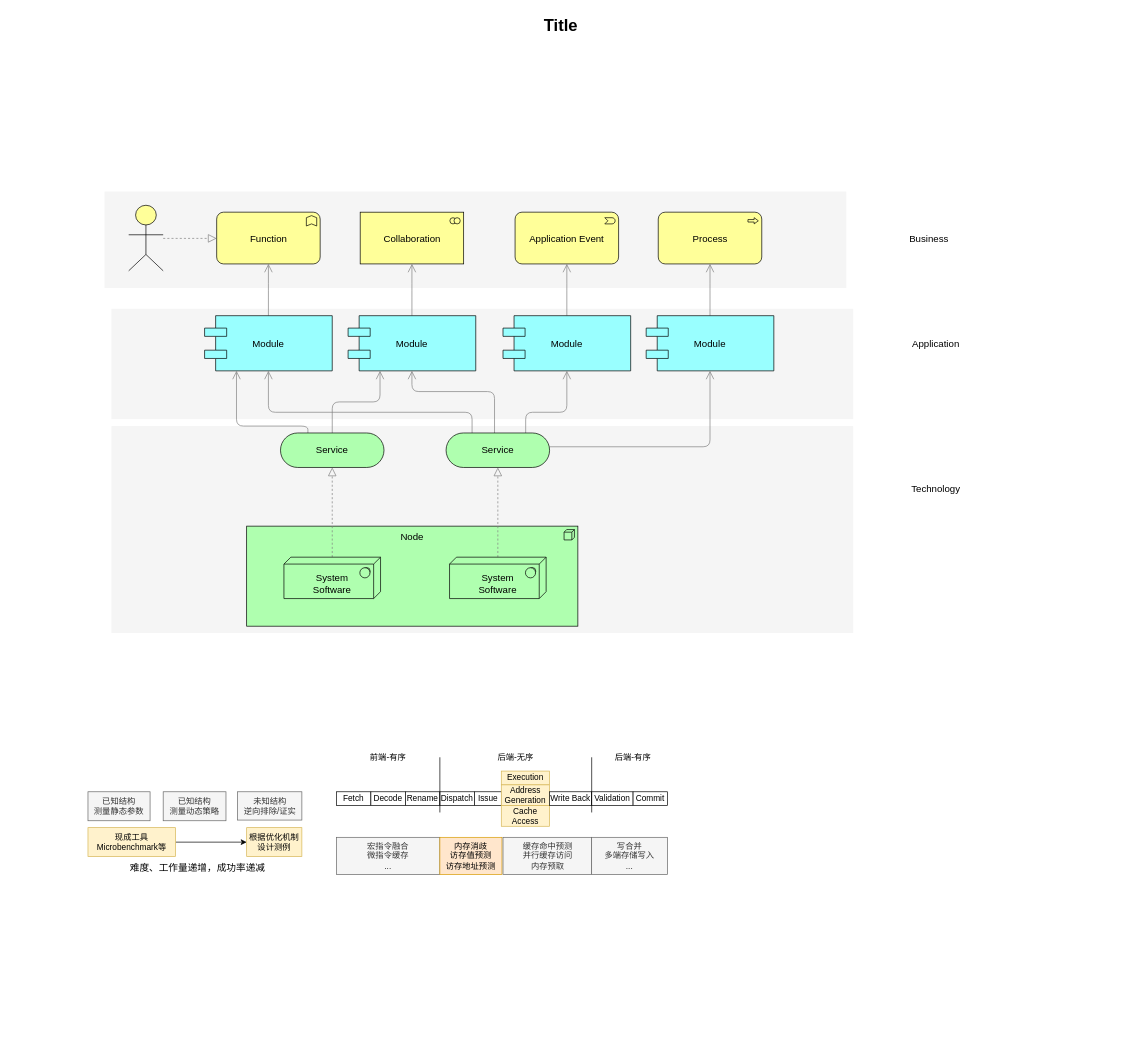
MatteoYang2002/drawio keeps this draw.io diagram as bsherfinal.drawio. Above is the earlier version. Source tidied: cells renumbered, new cells numbered last; positions are measured from the earlier drawing's top-left corner, leaving out a move shared by most shapes. Both pictures are drawn from the tidied source at 69%, with x=0, y=0 at pixel (12, 12).
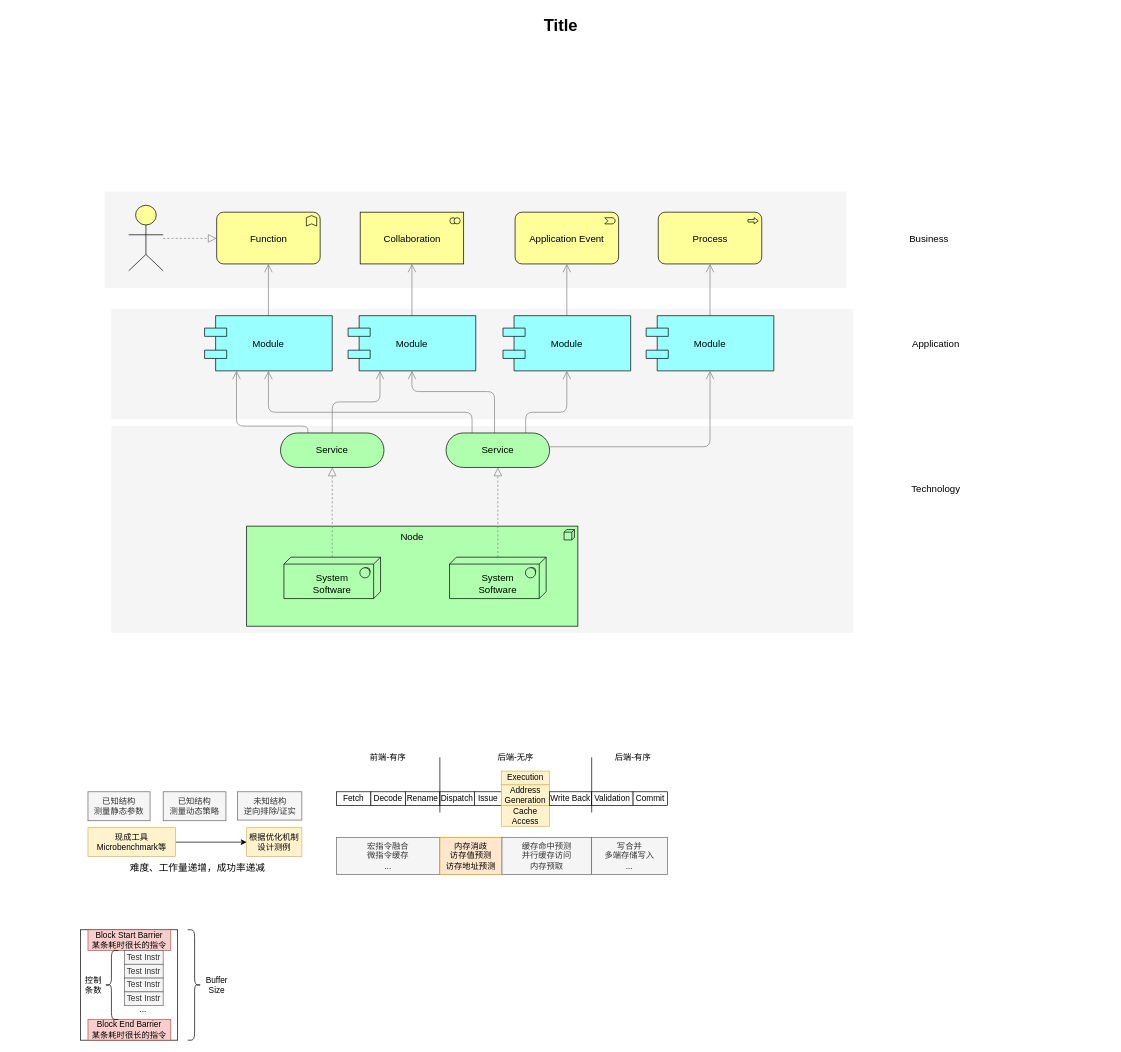
After the change.

Change to the diagram source:
```diff
@@
+    <mxCell id="63" style="rounded=0;whiteSpace=wrap;html=1;fillColor=none;" parent="1" vertex="1">
+      <mxGeometry x="99" y="1330" width="141" height="160" as="geometry" />
+    </mxCell>
@@
     <mxCell id="61" value="缓存命中预测&lt;div&gt;并行缓存访问&lt;/div&gt;&lt;div&gt;内存预取&lt;/div&gt;" style="rounded=0;whiteSpace=wrap;html=1;fillColor=#f5f5f5;fontColor=#333333;strokeColor=#666666;" parent="1" vertex="1">
-      <mxGeometry x="711.5" y="1196" width="128.5" height="54" as="geometry" />
+      <mxGeometry x="710" y="1196" width="130" height="54" as="geometry" />
     </mxCell>
@@
+    <mxCell id="64" value="&lt;div&gt;Block Start Barrier&lt;/div&gt;某条耗时很长的指令" style="rounded=0;whiteSpace=wrap;html=1;fillColor=#f8cecc;strokeColor=#b85450;" parent="1" vertex="1">
+      <mxGeometry x="110" y="1330" width="120" height="30" as="geometry" />
+    </mxCell>
+    <mxCell id="65" value="&lt;div&gt;Block End Barrier&lt;/div&gt;某条耗时很长的指令" style="rounded=0;whiteSpace=wrap;html=1;fillColor=#f8cecc;strokeColor=#b85450;" parent="1" vertex="1">
+      <mxGeometry x="110" y="1460" width="120" height="30" as="geometry" />
+    </mxCell>
+    <mxCell id="66" value="&lt;div&gt;Test Instr&lt;/div&gt;" style="rounded=0;whiteSpace=wrap;html=1;fillColor=#f5f5f5;strokeColor=#666666;fontColor=#333333;" parent="1" vertex="1">
+      <mxGeometry x="163" y="1360" width="56" height="20" as="geometry" />
+    </mxCell>
+    <mxCell id="67" value="&lt;div&gt;Test Instr&lt;/div&gt;" style="rounded=0;whiteSpace=wrap;html=1;fillColor=#f5f5f5;strokeColor=#666666;fontColor=#333333;" parent="1" vertex="1">
+      <mxGeometry x="163" y="1380" width="56" height="20" as="geometry" />
+    </mxCell>
+    <mxCell id="68" value="&lt;div&gt;Test Instr&lt;/div&gt;" style="rounded=0;whiteSpace=wrap;html=1;fillColor=#f5f5f5;strokeColor=#666666;fontColor=#333333;" parent="1" vertex="1">
+      <mxGeometry x="163" y="1400" width="56" height="20" as="geometry" />
+    </mxCell>
+    <mxCell id="69" value="&lt;div&gt;Test Instr&lt;/div&gt;" style="rounded=0;whiteSpace=wrap;html=1;fillColor=#f5f5f5;strokeColor=#666666;fontColor=#333333;" parent="1" vertex="1">
+      <mxGeometry x="163" y="1420" width="56" height="20" as="geometry" />
+    </mxCell>
+    <mxCell id="70" value="..." style="text;html=1;align=center;verticalAlign=middle;whiteSpace=wrap;rounded=0;" parent="1" vertex="1">
+      <mxGeometry x="165" y="1440" width="50" height="10" as="geometry" />
+    </mxCell>
+    <mxCell id="71" value="Buffer Size" style="text;html=1;align=center;verticalAlign=middle;whiteSpace=wrap;rounded=0;" parent="1" vertex="1">
+      <mxGeometry x="266.5" y="1395" width="60" height="30" as="geometry" />
+    </mxCell>
+    <mxCell id="72" style="shape=curlyBracket;whiteSpace=wrap;html=1;rounded=1;flipH=1;labelPosition=right;verticalLabelPosition=middle;align=left;verticalAlign=middle;" parent="1" vertex="1">
+      <mxGeometry x="254.5" y="1330" width="20" height="160" as="geometry" />
+    </mxCell>
+    <mxCell id="73" style="shape=curlyBracket;whiteSpace=wrap;html=1;rounded=1;labelPosition=left;verticalLabelPosition=middle;align=right;verticalAlign=middle;" parent="1" vertex="1">
+      <mxGeometry x="134" y="1360" width="20" height="100" as="geometry" />
+    </mxCell>
+    <mxCell id="74" value="控制&lt;div&gt;条数&lt;/div&gt;" style="text;html=1;align=center;verticalAlign=middle;whiteSpace=wrap;rounded=0;" parent="1" vertex="1">
+      <mxGeometry x="90.5" y="1397.5" width="53.5" height="25" as="geometry" />
+    </mxCell>
```
